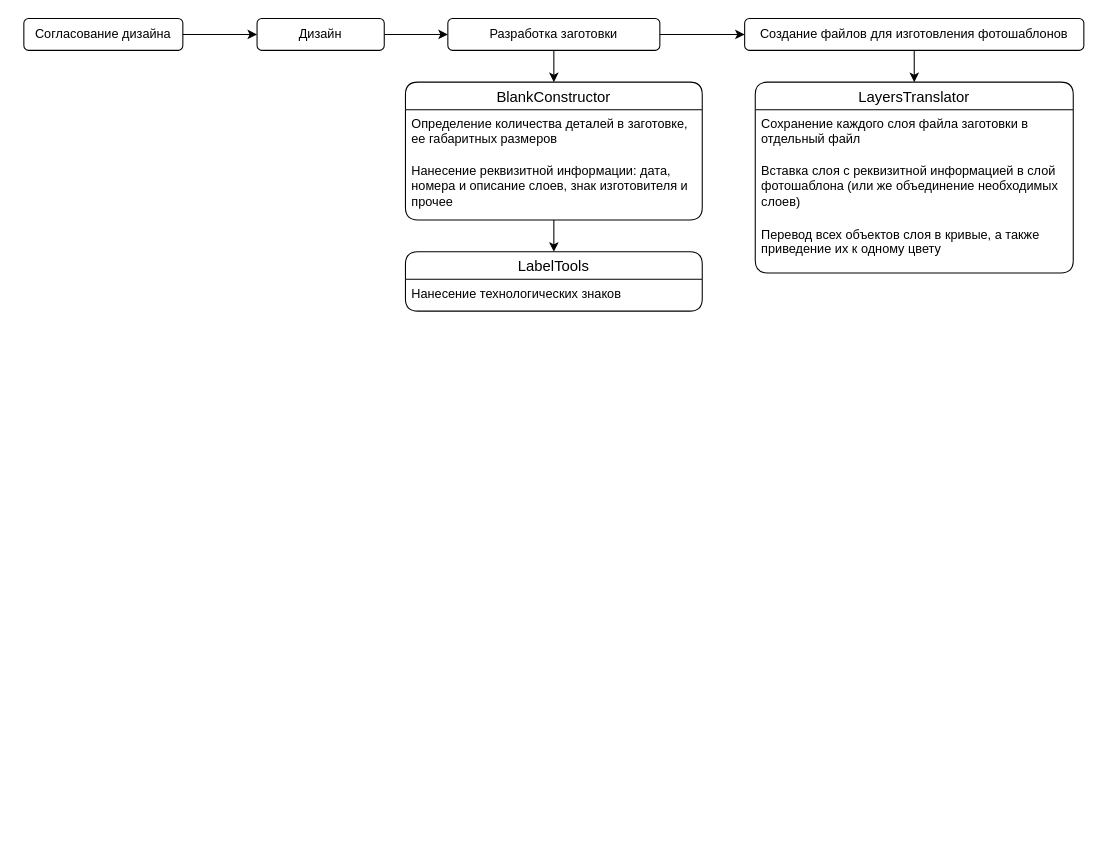
hsdgxoafadsvc/vbaMacros keeps this draw.io diagram as CorelDraw/Диаграмма без названия.drawio. Above is the earlier version. Source tidied: cells renumbered, new cells numbered last; positions are measured from the earlier drawing's top-left corner, leaving out a move shared by most shapes. Both pictures are drawn from the tidied source at 106%, with x=0, y=0 at pixel (23, 18).
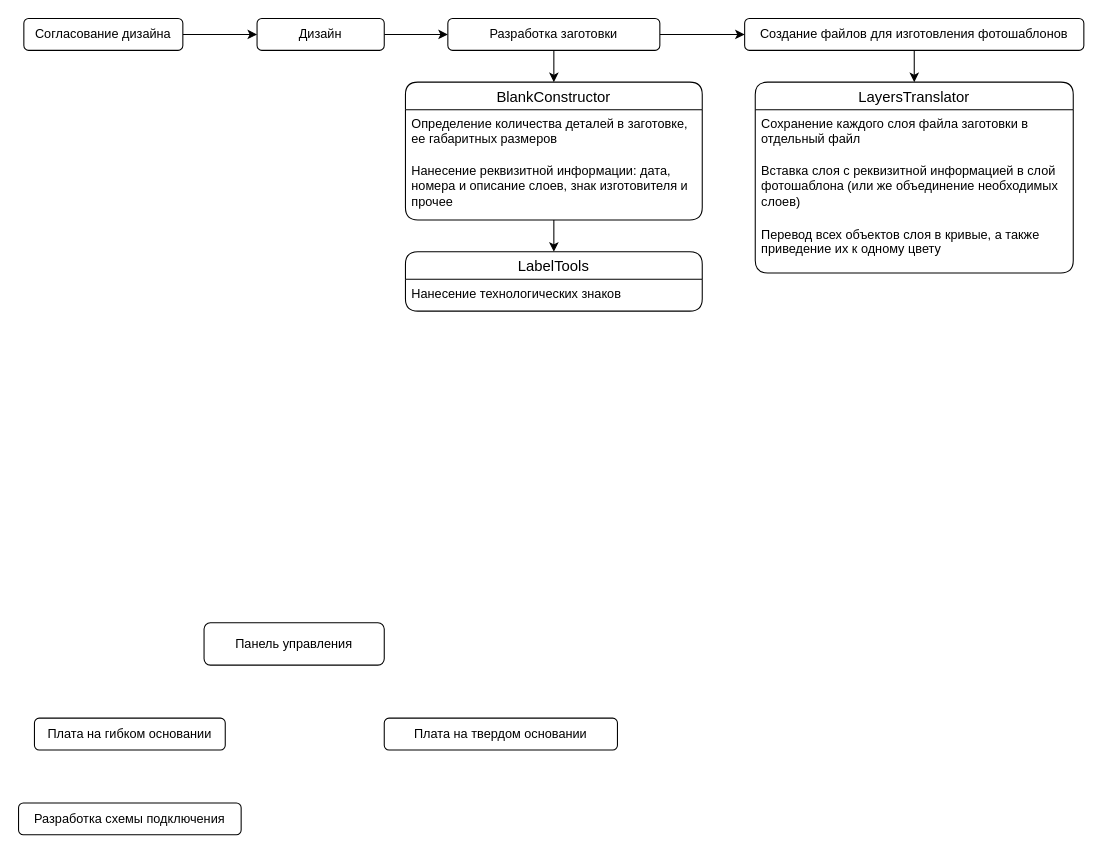
Above is the later version.

Diff of the diagram source:
```diff
@@
+    <mxCell id="21" value="Панель управления" style="rounded=1;whiteSpace=wrap;html=1;" parent="1" vertex="1">
+      <mxGeometry x="170" y="570" width="170" height="40" as="geometry" />
+    </mxCell>
+    <mxCell id="22" value="Плата на гибком основании" style="rounded=1;whiteSpace=wrap;html=1;" parent="1" vertex="1">
+      <mxGeometry x="10" y="660" width="180" height="30" as="geometry" />
+    </mxCell>
+    <mxCell id="23" value="Плата на твердом основании" style="rounded=1;whiteSpace=wrap;html=1;" parent="1" vertex="1">
+      <mxGeometry x="340" y="660" width="220" height="30" as="geometry" />
+    </mxCell>
+    <mxCell id="24" value="Разработка схемы подключения" style="rounded=1;whiteSpace=wrap;html=1;" parent="1" vertex="1">
+      <mxGeometry x="-5" y="740" width="210" height="30" as="geometry" />
+    </mxCell>
```
